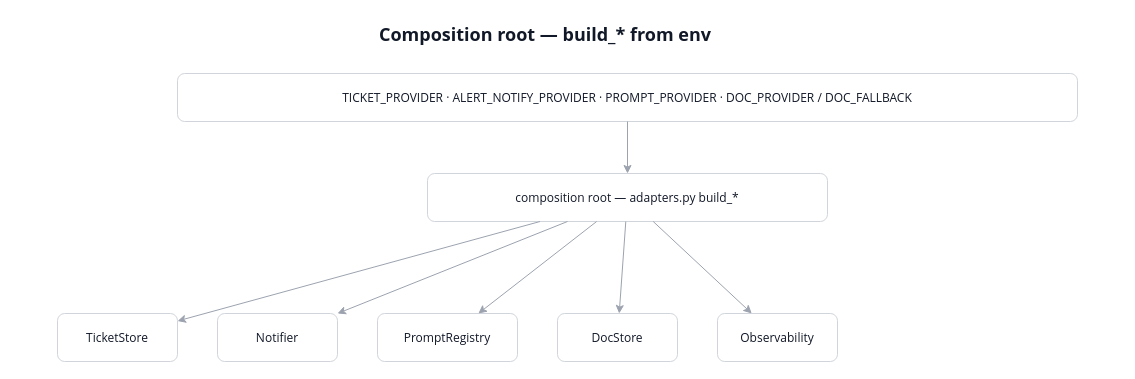
This is page "Ports + Factories" (4 of 9) of docs/agent-platform/agent-platform.drawio from AM-Portfolio/am-agents, a draw.io file, before an edit. Source tidied: cells renumbered, new cells numbered last; positions are measured from the earlier drawing's top-left corner, leaving out a move shared by most shapes. Both pictures are drawn from the tidied source at 100%, with x=0, y=0 at pixel (57, 17).
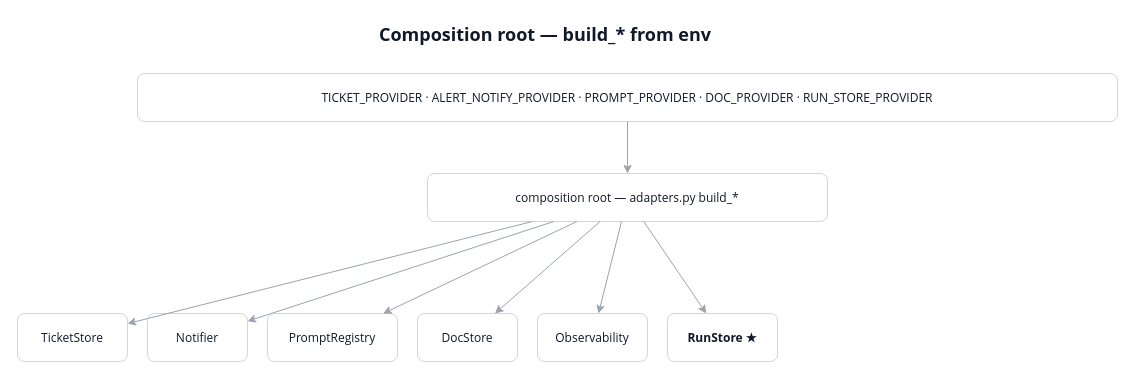
The same diagram, later.

Commit message (it also covers changes not shown here):
docs: update agent platform design and documentation for RunStore integration

Change to the diagram source:
```diff
@@
 <mxGraphModel background="#FFFFFF">
   <root>
     <mxCell id="0" />
     <mxCell id="1" parent="0" />
     <mxCell id="2" value="&lt;b&gt;Composition root — build_* from env&lt;/b&gt;" style="text;html=1;fontSize=18;fontColor=#111827;fontFamily=Segoe UI;" parent="1" vertex="1">
       <mxGeometry x="320" width="500" height="30" as="geometry" />
     </mxCell>
-    <mxCell id="3" value="TICKET_PROVIDER · ALERT_NOTIFY_PROVIDER · PROMPT_PROVIDER · DOC_PROVIDER / DOC_FALLBACK" style="rounded=1;fillColor=#FFFFFF;fontColor=#111827;strokeColor=#D1D5DB;fontFamily=Segoe UI;" parent="1" vertex="1">
-      <mxGeometry x="120" y="56" width="900" height="48" as="geometry" />
+    <mxCell id="3" value="TICKET_PROVIDER · ALERT_NOTIFY_PROVIDER · PROMPT_PROVIDER · DOC_PROVIDER · RUN_STORE_PROVIDER" style="rounded=1;fillColor=#FFFFFF;fontColor=#111827;strokeColor=#D1D5DB;fontFamily=Segoe UI;" parent="1" vertex="1">
+      <mxGeometry x="80" y="56" width="980" height="48" as="geometry" />
     </mxCell>
     <mxCell id="4" value="composition root — adapters.py build_*" style="rounded=1;fillColor=#FFFFFF;fontColor=#111827;strokeColor=#D1D5DB;fontFamily=Segoe UI;" parent="1" vertex="1">
       <mxGeometry x="370" y="156" width="400" height="48" as="geometry" />
     </mxCell>
     <mxCell id="5" style="endArrow=classic;strokeColor=#9CA3AF;strokeWidth=1;" parent="1" edge="1" source="3" target="4">
       <mxGeometry relative="1" as="geometry" />
     </mxCell>
     <mxCell id="6" value="TicketStore" style="rounded=1;fillColor=#FFFFFF;fontColor=#111827;strokeColor=#D1D5DB;fontFamily=Segoe UI;" parent="1" vertex="1">
-      <mxGeometry y="296" width="120" height="48" as="geometry" />
+      <mxGeometry x="-40" y="296" width="110" height="48" as="geometry" />
     </mxCell>
     <mxCell id="7" value="Notifier" style="rounded=1;fillColor=#FFFFFF;fontColor=#111827;strokeColor=#D1D5DB;fontFamily=Segoe UI;" parent="1" vertex="1">
-      <mxGeometry x="160" y="296" width="120" height="48" as="geometry" />
+      <mxGeometry x="90" y="296" width="100" height="48" as="geometry" />
     </mxCell>
     <mxCell id="8" value="PromptRegistry" style="rounded=1;fillColor=#FFFFFF;fontColor=#111827;strokeColor=#D1D5DB;fontFamily=Segoe UI;" parent="1" vertex="1">
-      <mxGeometry x="320" y="296" width="140" height="48" as="geometry" />
+      <mxGeometry x="210" y="296" width="130" height="48" as="geometry" />
     </mxCell>
     <mxCell id="9" value="DocStore" style="rounded=1;fillColor=#FFFFFF;fontColor=#111827;strokeColor=#D1D5DB;fontFamily=Segoe UI;" parent="1" vertex="1">
-      <mxGeometry x="500" y="296" width="120" height="48" as="geometry" />
+      <mxGeometry x="360" y="296" width="100" height="48" as="geometry" />
     </mxCell>
     <mxCell id="10" value="Observability" style="rounded=1;fillColor=#FFFFFF;fontColor=#111827;strokeColor=#D1D5DB;fontFamily=Segoe UI;" parent="1" vertex="1">
-      <mxGeometry x="660" y="296" width="120" height="48" as="geometry" />
+      <mxGeometry x="480" y="296" width="110" height="48" as="geometry" />
     </mxCell>
+    <mxCell id="16" value="RunStore ★" style="rounded=1;fillColor=#FFFFFF;fontColor=#111827;strokeColor=#D1D5DB;fontFamily=Segoe UI;fontStyle=1;" parent="1" vertex="1">
+      <mxGeometry x="610" y="296" width="110" height="48" as="geometry" />
+    </mxCell>
     <mxCell id="11" style="endArrow=classic;strokeColor=#9CA3AF;" parent="1" edge="1" source="4" target="6">
       <mxGeometry relative="1" as="geometry" />
     </mxCell>
     <mxCell id="12" style="endArrow=classic;strokeColor=#9CA3AF;" parent="1" edge="1" source="4" target="7">
       <mxGeometry relative="1" as="geometry" />
     </mxCell>
     <mxCell id="13" style="endArrow=classic;strokeColor=#9CA3AF;" parent="1" edge="1" source="4" target="8">
       <mxGeometry relative="1" as="geometry" />
     </mxCell>
     <mxCell id="14" style="endArrow=classic;strokeColor=#9CA3AF;" parent="1" edge="1" source="4" target="9">
       <mxGeometry relative="1" as="geometry" />
     </mxCell>
     <mxCell id="15" style="endArrow=classic;strokeColor=#9CA3AF;" parent="1" edge="1" source="4" target="10">
       <mxGeometry relative="1" as="geometry" />
     </mxCell>
+    <mxCell id="17" style="endArrow=classic;strokeColor=#9CA3AF;" parent="1" edge="1" source="4" target="16">
+      <mxGeometry relative="1" as="geometry" />
+    </mxCell>
   </root>
 </mxGraphModel>
```
